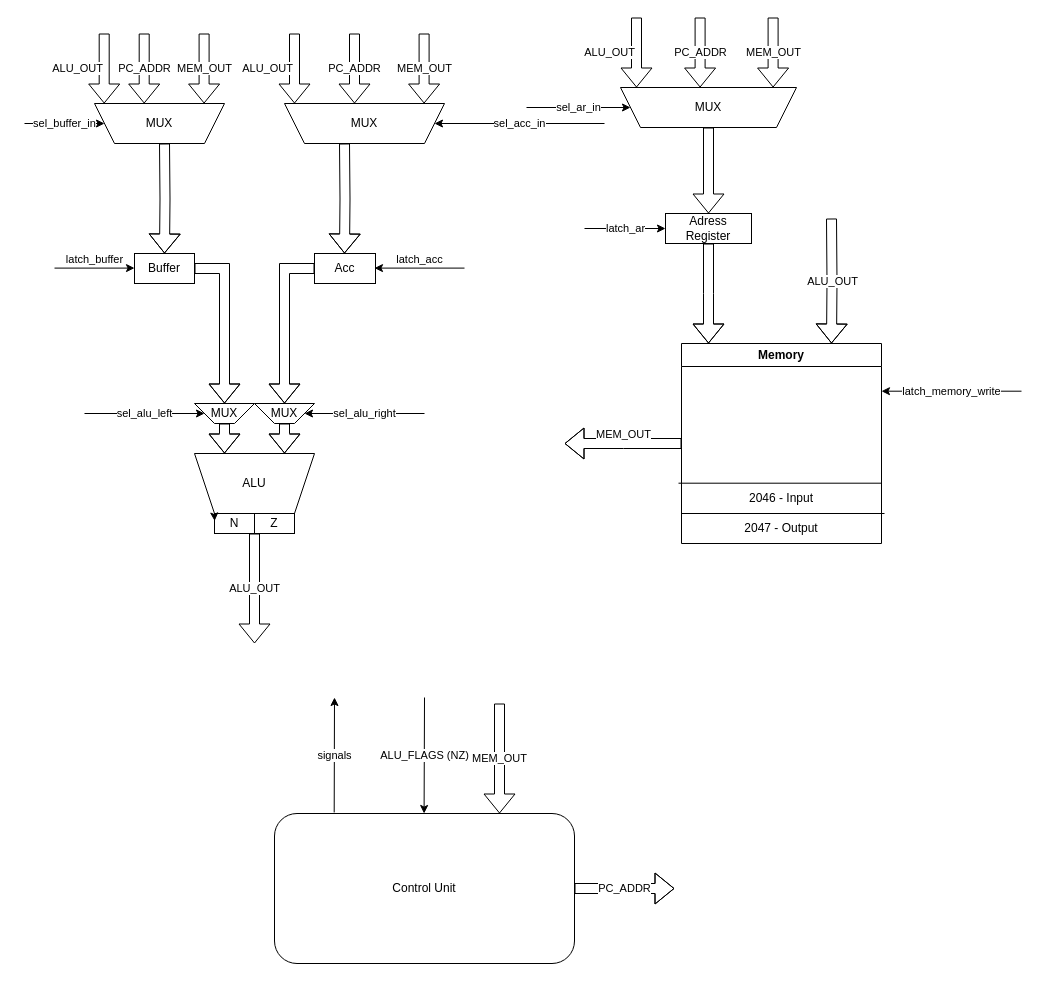
Earlier version of the draw.io diagram docs/schemes/datapath.drawio (FEgor04/csa-lab3). Source tidied: cells renumbered, new cells numbered last; positions are measured from the earlier drawing's top-left corner, leaving out a move shared by most shapes. Both pictures are drawn from the tidied source at 100%, with x=0, y=0 at pixel (24, 17).
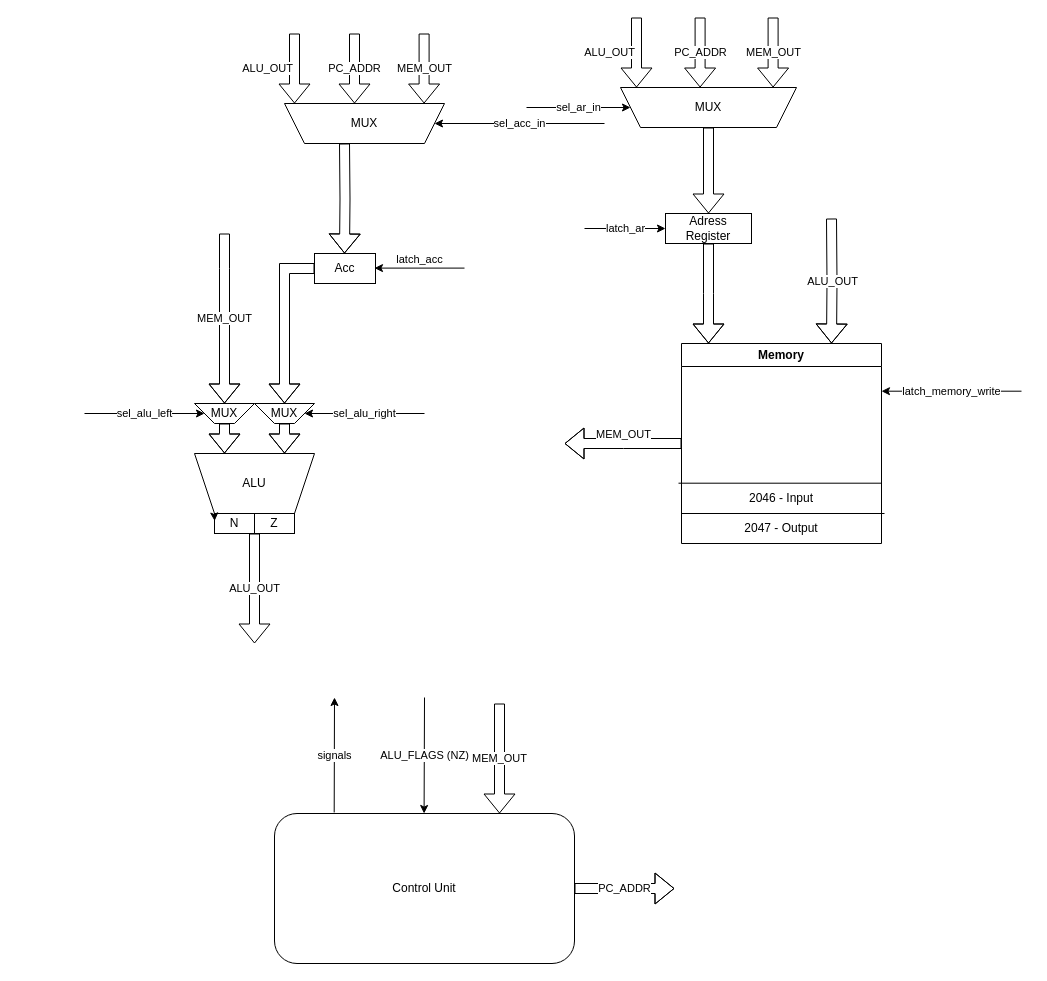
The same page after the edit.

Commit message (it also covers changes not shown here):
remove buffer register

Change to the diagram source:
```diff
@@
-    <mxCell id="4" style="edgeStyle=orthogonalEdgeStyle;rounded=0;jettySize=auto;html=1;shape=flexArrow;" parent="1" edge="1" source="5">
-      <mxGeometry relative="1" as="geometry">
-        <mxPoint x="200" y="386" as="targetPoint" />
-        <Array as="points">
-          <mxPoint x="200" y="251" />
-        </Array>
-      </mxGeometry>
-    </mxCell>
-    <mxCell id="5" value="Buffer" style="rounded=0;whiteSpace=wrap;html=1;" parent="1" vertex="1">
-      <mxGeometry x="110" y="236" width="60" height="30" as="geometry" />
-    </mxCell>
@@
-    <mxCell id="8" style="edgeStyle=orthogonalEdgeStyle;rounded=0;jettySize=auto;html=1;shape=flexArrow;" parent="1" edge="1" target="5">
-      <mxGeometry relative="1" as="geometry">
-        <mxPoint x="140" y="126" as="sourcePoint" />
-      </mxGeometry>
-    </mxCell>
@@
-    <mxCell id="10" value="latch_buffer" style="endArrow=classic;html=1;rounded=0;verticalAlign=bottom;" parent="1" edge="1">
-      <mxGeometry relative="1" as="geometry">
-        <mxPoint x="30" y="250.6" as="sourcePoint" />
-        <mxPoint x="110" y="250.6" as="targetPoint" />
-      </mxGeometry>
-    </mxCell>
@@
-    <mxCell id="23" value="MUX" style="shape=trapezoid;perimeter=trapezoidPerimeter;whiteSpace=wrap;html=1;fixedSize=1;flipV=1;" parent="1" vertex="1">
-      <mxGeometry x="70" y="86" width="130" height="40" as="geometry" />
-    </mxCell>
@@
-    <mxCell id="33" value="sel_buffer_in" style="endArrow=classic;html=1;rounded=0;entryX=0;entryY=0.5;entryDx=0;entryDy=0;" parent="1" edge="1" target="23">
-      <mxGeometry relative="1" as="geometry">
-        <mxPoint y="106" as="sourcePoint" />
-      </mxGeometry>
-    </mxCell>
@@
-    <mxCell id="49" value="ALU_OUT" style="edgeStyle=orthogonalEdgeStyle;rounded=0;orthogonalLoop=1;jettySize=auto;html=1;shape=flexArrow;align=right;" parent="1" edge="1">
-      <mxGeometry relative="1" as="geometry">
-        <mxPoint x="79.7" y="16" as="sourcePoint" />
-        <mxPoint x="79.7" y="86" as="targetPoint" />
-      </mxGeometry>
-    </mxCell>
-    <mxCell id="50" value="PC_ADDR" style="edgeStyle=orthogonalEdgeStyle;rounded=0;orthogonalLoop=1;jettySize=auto;html=1;shape=flexArrow;align=center;" parent="1" edge="1">
-      <mxGeometry relative="1" as="geometry">
-        <mxPoint x="119.7" y="16" as="sourcePoint" />
-        <mxPoint x="119.7" y="86" as="targetPoint" />
-      </mxGeometry>
-    </mxCell>
@@
-    <mxCell id="53" value="MEM_OUT" style="edgeStyle=orthogonalEdgeStyle;rounded=0;orthogonalLoop=1;jettySize=auto;html=1;shape=flexArrow;align=center;" parent="1" edge="1">
+    <mxCell id="53" value="MEM_OUT" style="edgeStyle=orthogonalEdgeStyle;rounded=0;orthogonalLoop=1;jettySize=auto;html=1;shape=flexArrow;" parent="1" edge="1">
       <mxGeometry relative="1" as="geometry">
-        <mxPoint x="179.6" y="16" as="sourcePoint" />
-        <mxPoint x="179.6" y="86" as="targetPoint" />
+        <mxPoint x="200" y="216" as="sourcePoint" />
+        <mxPoint x="200" y="386" as="targetPoint" />
+        <Array as="points">
+          <mxPoint x="200" y="251" />
+        </Array>
       </mxGeometry>
     </mxCell>
```
